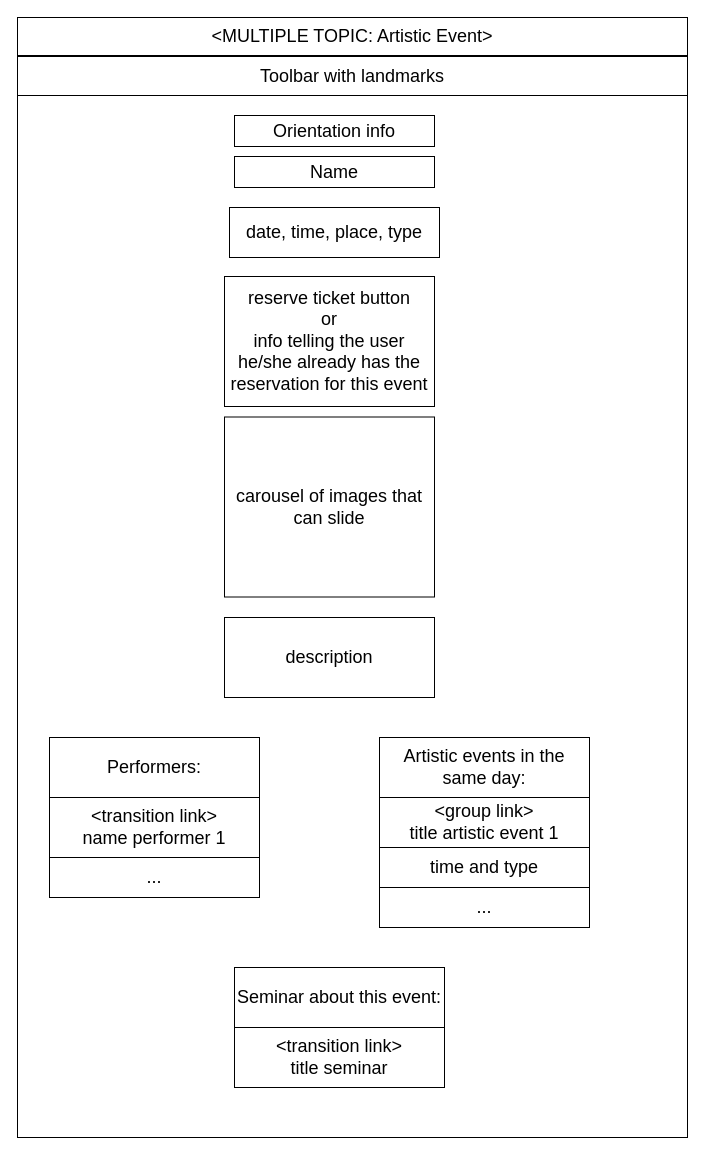
Earlier version of the draw.io diagram other/documentation/frontend/DRAW IO desing/artistic event.drawio (LeonardoPanizzo/hypermedia2019). Source tidied: cells renumbered, new cells numbered last; positions are measured from the earlier drawing's top-left corner, leaving out a move shared by most shapes. Both pictures are drawn from the tidied source at 100%, with x=0, y=0 at pixel (17, 17).
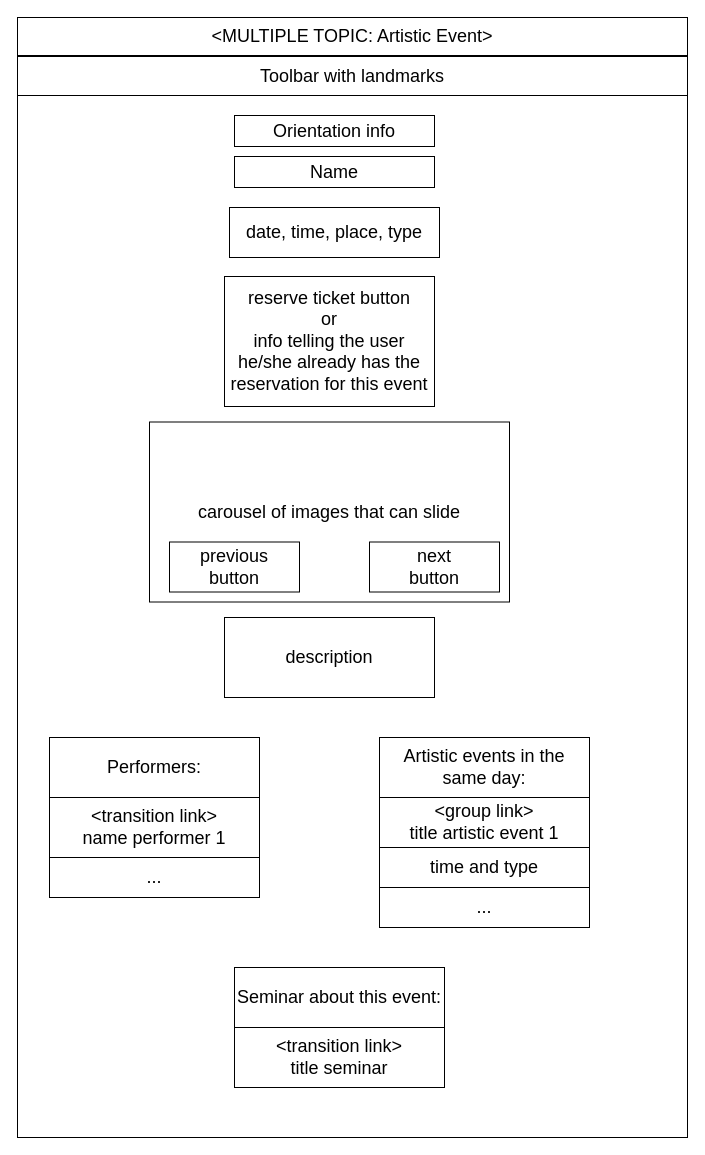
Above is the later version.

What changed in the source:
```diff
@@
-    <mxCell id="9" value="carousel of images that can slide" style="rounded=0;whiteSpace=wrap;html=1;fontSize=18;" parent="1" vertex="1">
-      <mxGeometry x="207" y="399.5" width="210" height="180" as="geometry" />
-    </mxCell>
@@
+    <mxCell id="9" value="carousel of images that can slide" style="rounded=0;whiteSpace=wrap;html=1;fontSize=18;" parent="1" vertex="1">
+      <mxGeometry x="132" y="404.5" width="360" height="180" as="geometry" />
+    </mxCell>
+    <mxCell id="20" value="next&lt;br&gt;button" style="rounded=0;whiteSpace=wrap;html=1;fontSize=18;" parent="1" vertex="1">
+      <mxGeometry x="352" y="524.5" width="130" height="50" as="geometry" />
+    </mxCell>
+    <mxCell id="21" value="previous&lt;br&gt;button" style="rounded=0;whiteSpace=wrap;html=1;fontSize=18;" parent="1" vertex="1">
+      <mxGeometry x="152" y="524.5" width="130" height="50" as="geometry" />
+    </mxCell>
```
